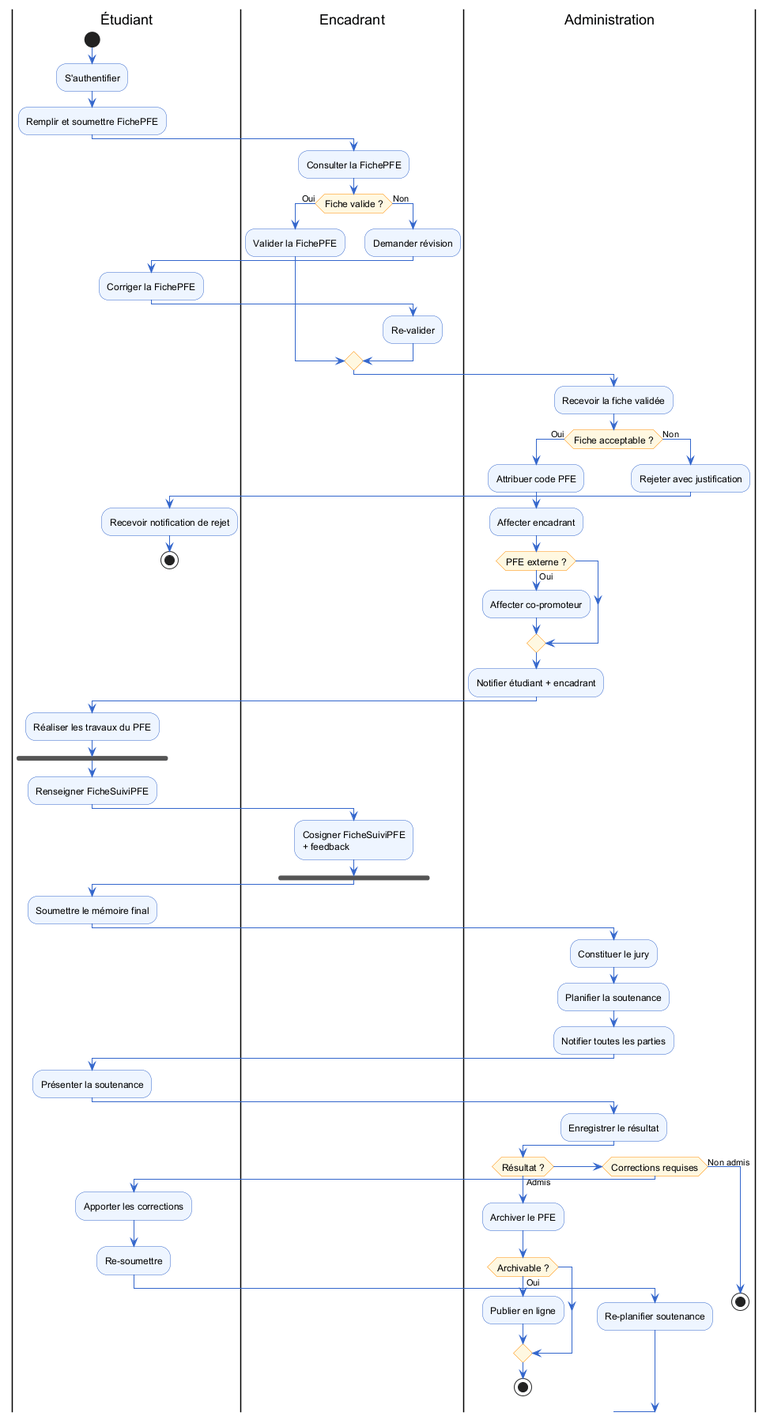
rhpo/pfe-enhanced keeps this PlantUML diagram as diagrams/act-global.png. Above is the earlier version.
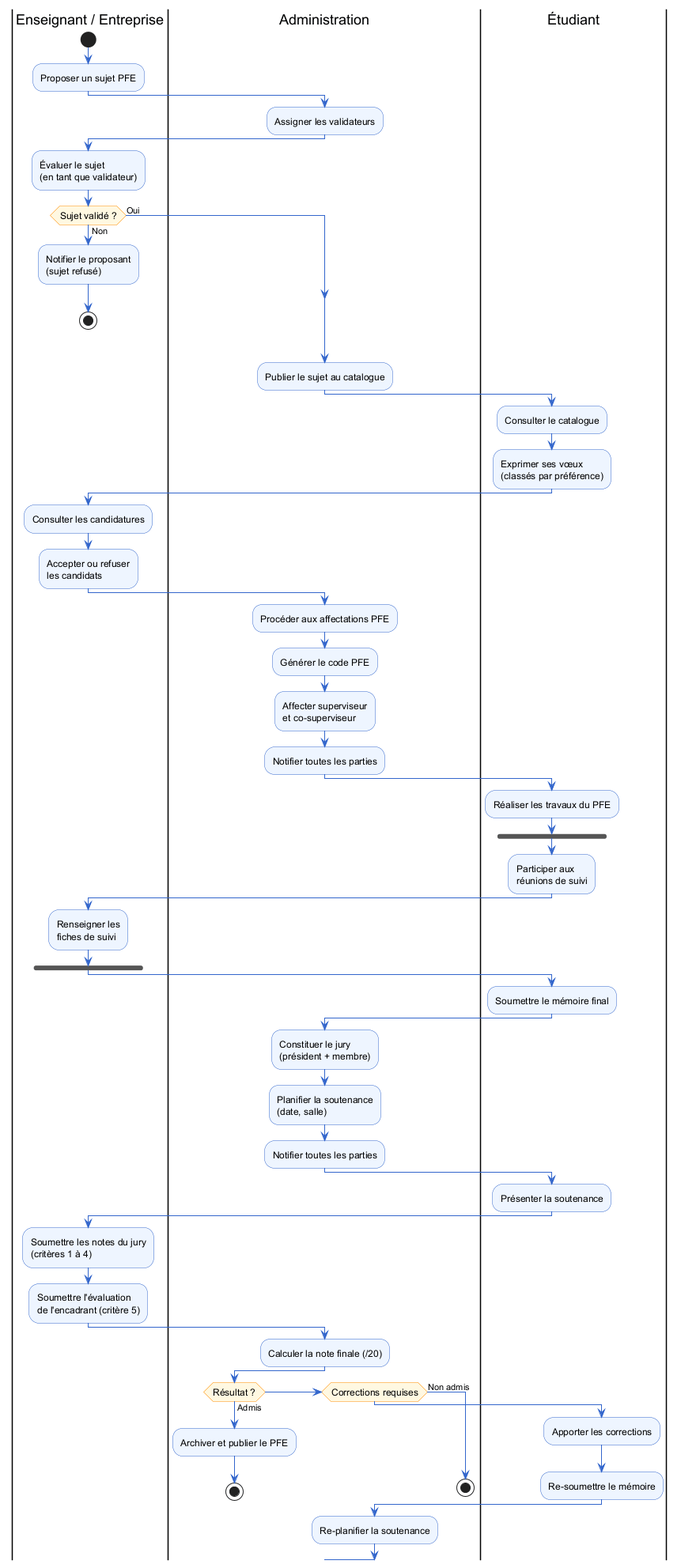
After the commit.

Change to the diagram source:
```diff
@@ -8,75 +8,75 @@
   FontSize 12
 }
 
-|Étudiant|
+|Enseignant / Entreprise|
 start
-:S'authentifier;
-:Remplir et soumettre FichePFE;
+:Proposer un sujet PFE;
 
-|Encadrant|
-:Consulter la FichePFE;
-if (Fiche valide ?) then (Oui)
-  :Valider la FichePFE;
+|Administration|
+:Assigner les validateurs;
+
+|Enseignant / Entreprise|
+:Évaluer le sujet\n(en tant que validateur);
+if (Sujet validé ?) then (Oui)
 else (Non)
-  :Demander révision;
-  |Étudiant|
-  :Corriger la FichePFE;
-  |Encadrant|
-  :Re-valider;
+  :Notifier le proposant\n(sujet refusé);
+  stop
 endif
 
 |Administration|
-:Recevoir la fiche validée;
-if (Fiche acceptable ?) then (Oui)
-  :Attribuer code PFE;
-  :Affecter encadrant;
-  if (PFE externe ?) then (Oui)
-    :Affecter co-promoteur;
-  endif
-  :Notifier étudiant + encadrant;
-else (Non)
-  :Rejeter avec justification;
-  |Étudiant|
-  :Recevoir notification de rejet;
-  stop
-endif
+:Publier le sujet au catalogue;
+
+|Étudiant|
+:Consulter le catalogue;
+:Exprimer ses vœux\n(classés par préférence);
+
+|Enseignant / Entreprise|
+:Consulter les candidatures;
+:Accepter ou refuser\nles candidats;
+
+|Administration|
+:Procéder aux affectations PFE;
+:Générer le code PFE;
+:Affecter superviseur\net co-superviseur;
+:Notifier toutes les parties;
 
 |Étudiant|
 :Réaliser les travaux du PFE;
 
-|Étudiant|
 fork
-  :Renseigner FicheSuiviPFE;
-|Encadrant|
-  :Cosigner FicheSuiviPFE\n+ feedback;
+  |Étudiant|
+  :Participer aux\nréunions de suivi;
+|Enseignant / Entreprise|
+  :Renseigner les\nfiches de suivi;
 fork end
 
 |Étudiant|
 :Soumettre le mémoire final;
 
 |Administration|
-:Constituer le jury;
-:Planifier la soutenance;
+:Constituer le jury\n(président + membre);
+:Planifier la soutenance\n(date, salle);
 :Notifier toutes les parties;
 
 |Étudiant|
 :Présenter la soutenance;
 
+|Enseignant / Entreprise|
+:Soumettre les notes du jury\n(critères 1 à 4);
+:Soumettre l'évaluation\nde l'encadrant (critère 5);
+
 |Administration|
-:Enregistrer le résultat;
+:Calculer la note finale (/20);
 
 if (Résultat ?) then (Admis)
-  :Archiver le PFE;
-  if (Archivable ?) then (Oui)
-    :Publier en ligne;
-  endif
+  :Archiver et publier le PFE;
   stop
 else if (Corrections requises)
   |Étudiant|
   :Apporter les corrections;
-  :Re-soumettre;
+  :Re-soumettre le mémoire;
   |Administration|
-  :Re-planifier soutenance;
+  :Re-planifier la soutenance;
 else (Non admis)
   stop
 endif
```
